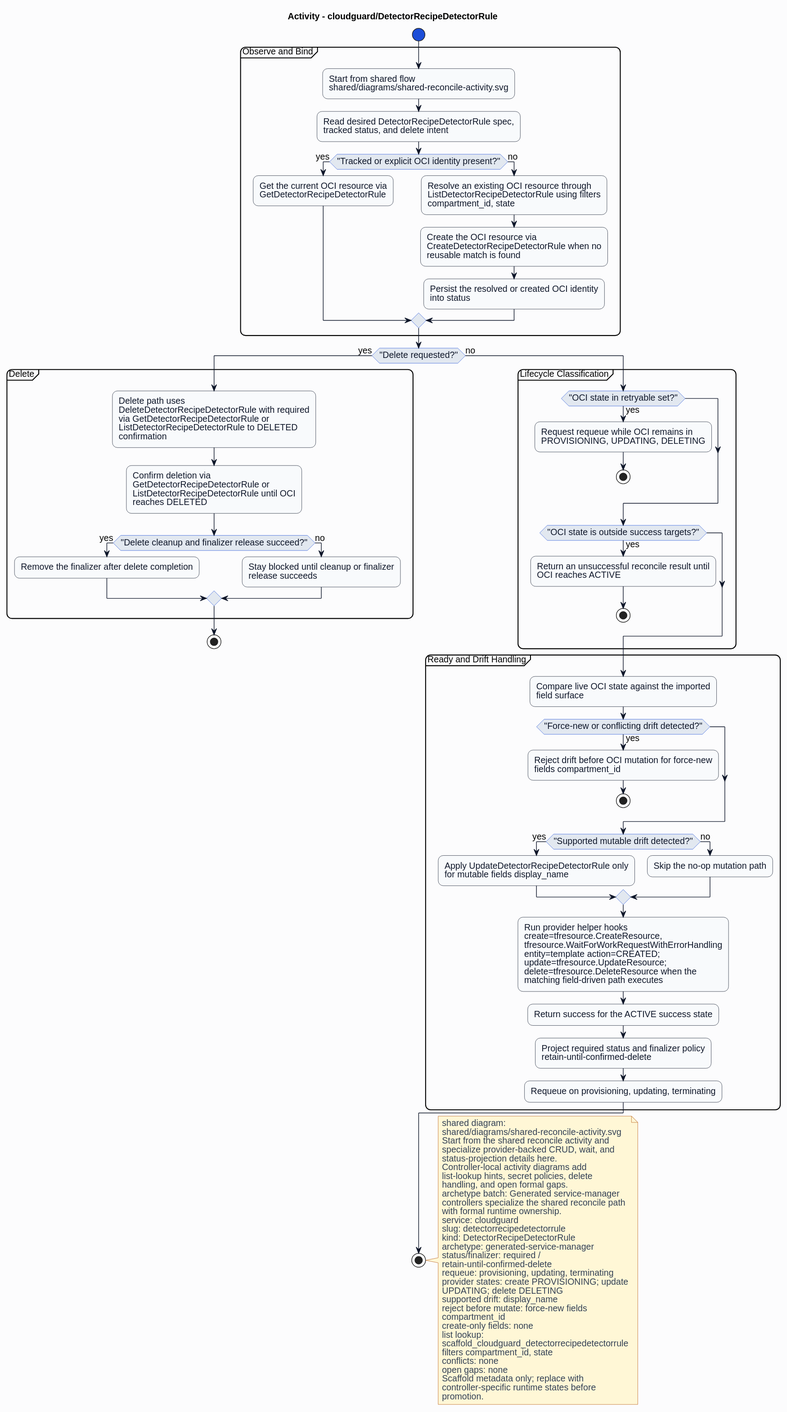
HaoyL666/oci-service-operator keeps this PlantUML diagram as formal/controllers/cloudguard/detectorrecipedetectorrule/diagrams/activity.svg. Above is the earlier version.
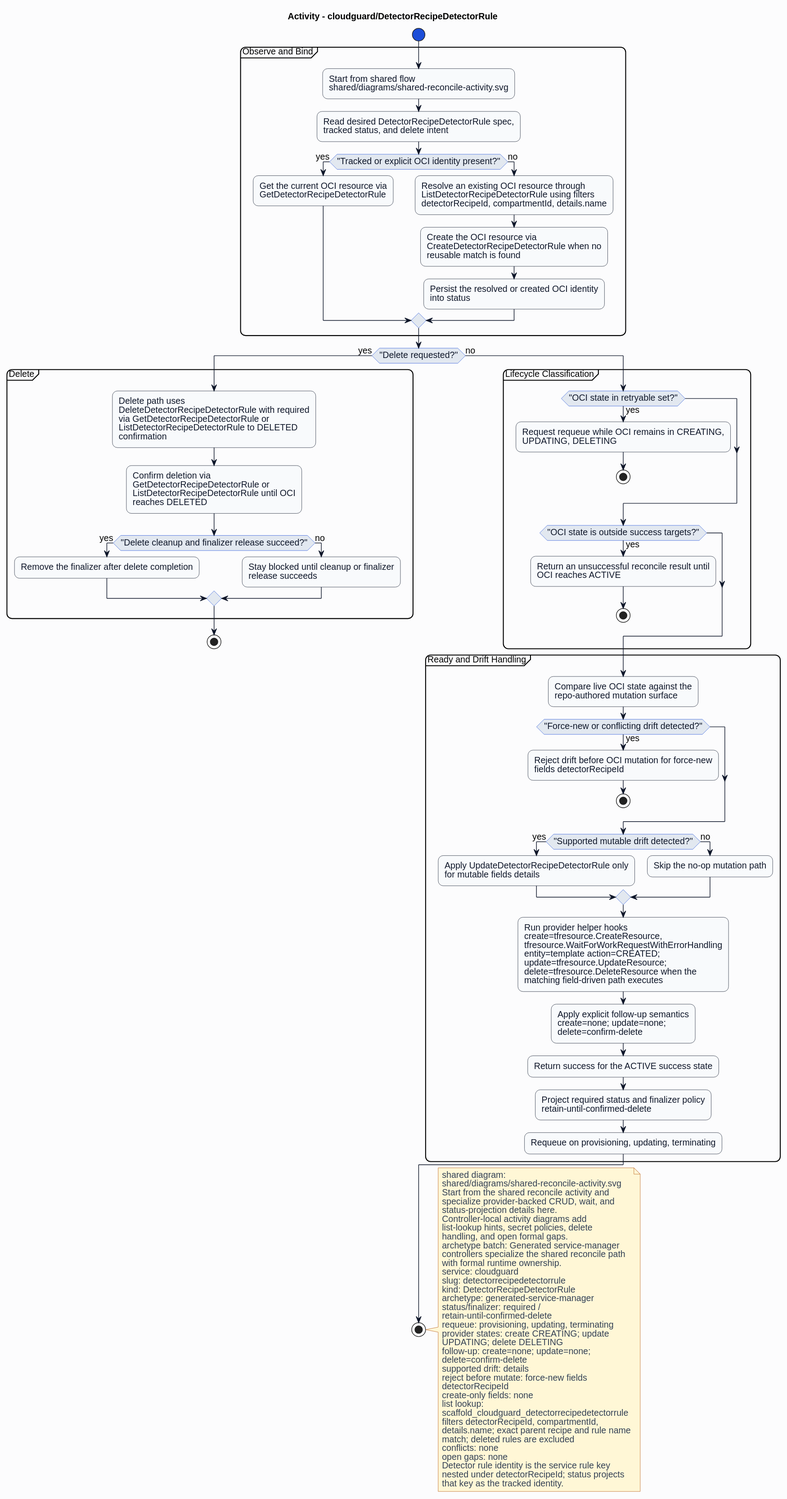
The same diagram one commit later.

Diff of the diagram source:
```diff
@@ -27,7 +27,7 @@
 if ("Tracked or explicit OCI identity present?") then (yes)
 :Get the current OCI resource via\nGetDetectorRecipeDetectorRule;
 else (no)
-:Resolve an existing OCI resource through\nListDetectorRecipeDetectorRule using filters\ncompartment_id, state;
+:Resolve an existing OCI resource through\nListDetectorRecipeDetectorRule using filters\ndetectorRecipeId, compartmentId, details.name;
 :Create the OCI resource via\nCreateDetectorRecipeDetectorRule when no\nreusable match is found;
 :Persist the resolved or created OCI identity\ninto status;
 endif
@@ -46,7 +46,7 @@
 else (no)
 partition "Lifecycle Classification" {
 if ("OCI state in retryable set?") then (yes)
-:Request requeue while OCI remains in\nPROVISIONING, UPDATING, DELETING;
+:Request requeue while OCI remains in CREATING,\nUPDATING, DELETING;
 stop
 endif
 if ("OCI state is outside success targets?") then (yes)
@@ -55,17 +55,18 @@
 endif
 }
 partition "Ready and Drift Handling" {
-:Compare live OCI state against the imported\nfield surface;
+:Compare live OCI state against the\nrepo-authored mutation surface;
 if ("Force-new or conflicting drift detected?") then (yes)
-:Reject drift before OCI mutation for force-new\nfields compartment_id;
+:Reject drift before OCI mutation for force-new\nfields detectorRecipeId;
 stop
 endif
 if ("Supported mutable drift detected?") then (yes)
-:Apply UpdateDetectorRecipeDetectorRule only\nfor mutable fields display_name;
+:Apply UpdateDetectorRecipeDetectorRule only\nfor mutable fields details;
 else (no)
 :Skip the no-op mutation path;
 endif
 :Run provider helper hooks\ncreate=tfresource.CreateResource,\ntfresource.WaitForWorkRequestWithErrorHandling\nentity=template action=CREATED;\nupdate=tfresource.UpdateResource;\ndelete=tfresource.DeleteResource when the\nmatching field-driven path executes;
+:Apply explicit follow-up semantics\ncreate=none; update=none;\ndelete=confirm-delete;
 :Return success for the ACTIVE success state;
 :Project required status and finalizer policy\nretain-until-confirmed-delete;
 :Requeue on provisioning, updating, terminating;
@@ -91,19 +92,23 @@
 status/finalizer: required /
 retain-until-confirmed-delete
 requeue: provisioning, updating, terminating
-provider states: create PROVISIONING; update
+provider states: create CREATING; update
 UPDATING; delete DELETING
-supported drift: display_name
+follow-up: create=none; update=none;
+delete=confirm-delete
+supported drift: details
 reject before mutate: force-new fields
-compartment_id
+detectorRecipeId
 create-only fields: none
 list lookup:
 scaffold_cloudguard_detectorrecipedetectorrule
-filters compartment_id, state
+filters detectorRecipeId, compartmentId,
+details.name; exact parent recipe and rule name
+match; deleted rules are excluded
 conflicts: none
 open gaps: none
-Scaffold metadata only; replace with
-controller-specific runtime states before
-promotion.
+Detector rule identity is the service rule key
+nested under detectorRecipeId; status projects
+that key as the tracked identity.
 end note
 @enduml
```
